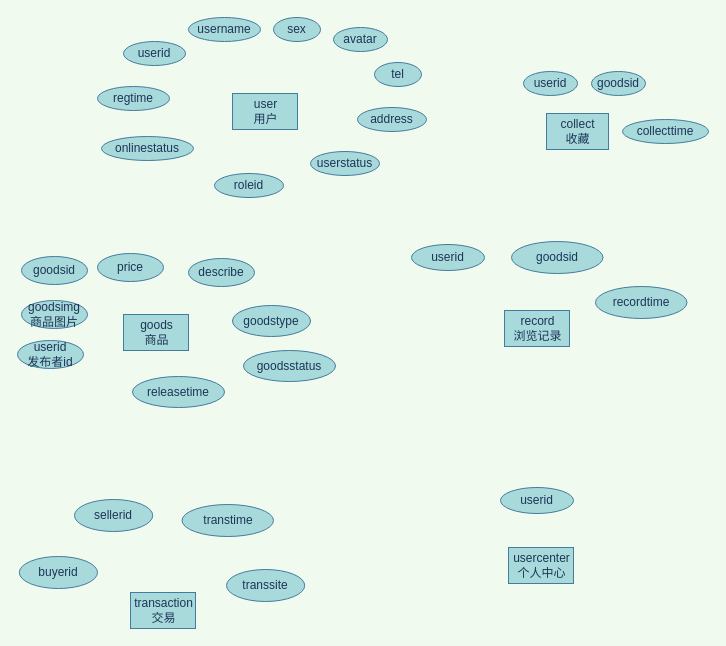
The draw.io diagram 跳蚤市场数据库ER图.drawio in 200928/image, before the edit. Source tidied: cells renumbered, new cells numbered last; positions are measured from the earlier drawing's top-left corner, leaving out a move shared by most shapes. Both pictures are drawn from the tidied source at 100%, with x=0, y=0 at pixel (17, 17).
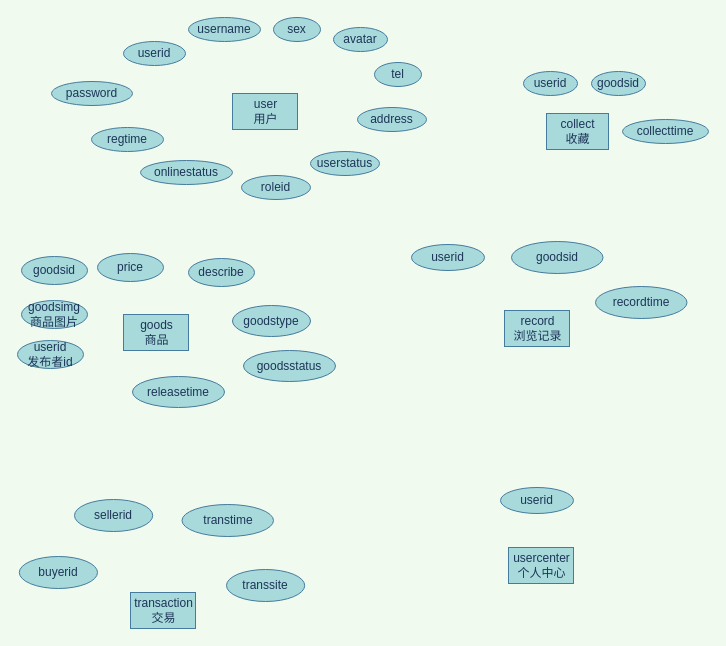
The same page after the edit.

Commit message:
更新跳蚤市场数据库ER图.drawio

Diff of the diagram source:
```diff
@@
     <mxCell id="10" value="regtime" style="ellipse;whiteSpace=wrap;html=1;rounded=0;sketch=0;fontColor=#1D3557;strokeColor=#457B9D;fillColor=#A8DADC;" parent="1" vertex="1">
-      <mxGeometry x="80" y="69" width="72" height="24" as="geometry" />
+      <mxGeometry x="74" y="110" width="72" height="24" as="geometry" />
     </mxCell>
     <mxCell id="11" value="onlinestatus" style="ellipse;whiteSpace=wrap;html=1;rounded=0;sketch=0;fontColor=#1D3557;strokeColor=#457B9D;fillColor=#A8DADC;" parent="1" vertex="1">
-      <mxGeometry x="84" y="119" width="92" height="24" as="geometry" />
+      <mxGeometry x="123" y="143" width="92" height="24" as="geometry" />
     </mxCell>
@@
     <mxCell id="36" value="roleid" style="ellipse;whiteSpace=wrap;html=1;rounded=0;sketch=0;fontColor=#1D3557;strokeColor=#457B9D;fillColor=#A8DADC;" parent="1" vertex="1">
-      <mxGeometry x="197" y="156" width="69" height="24" as="geometry" />
+      <mxGeometry x="224" y="158" width="69" height="24" as="geometry" />
     </mxCell>
+    <mxCell id="37" value="password" style="ellipse;whiteSpace=wrap;html=1;rounded=0;sketch=0;fontColor=#1D3557;strokeColor=#457B9D;fillColor=#A8DADC;" parent="1" vertex="1">
+      <mxGeometry x="34" y="64" width="81" height="24" as="geometry" />
+    </mxCell>
```
